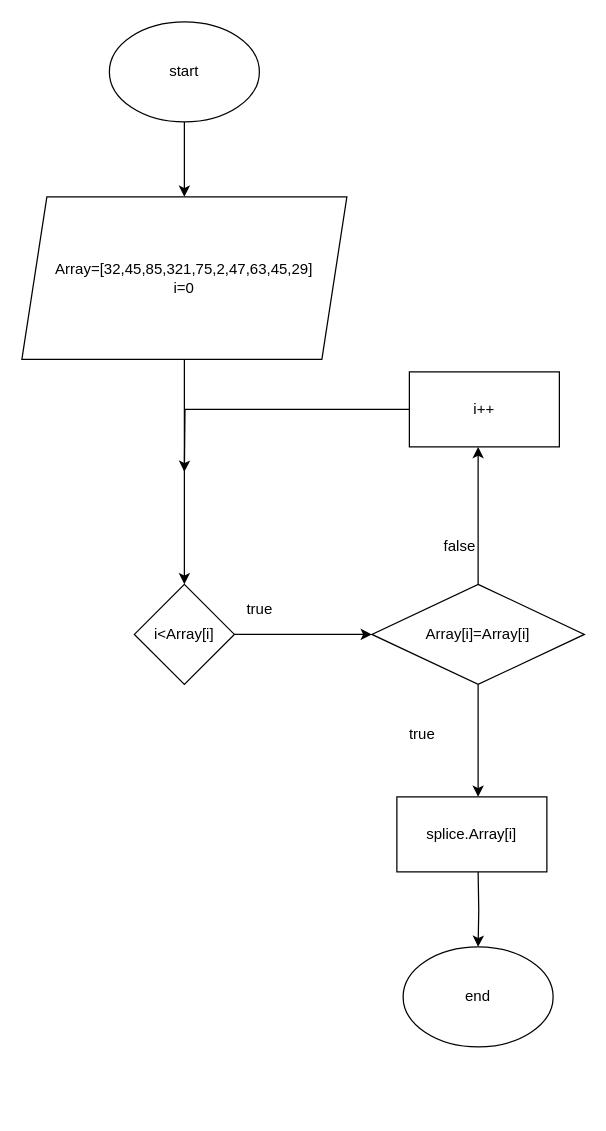
Before: findtheduplicateelement.drawio in Rufatsb/first, a draw.io diagram. Source tidied: cells renumbered, new cells numbered last; positions are measured from the earlier drawing's top-left corner, leaving out a move shared by most shapes. Both pictures are drawn from the tidied source at 125%, with x=0, y=0 at pixel (21, 21).
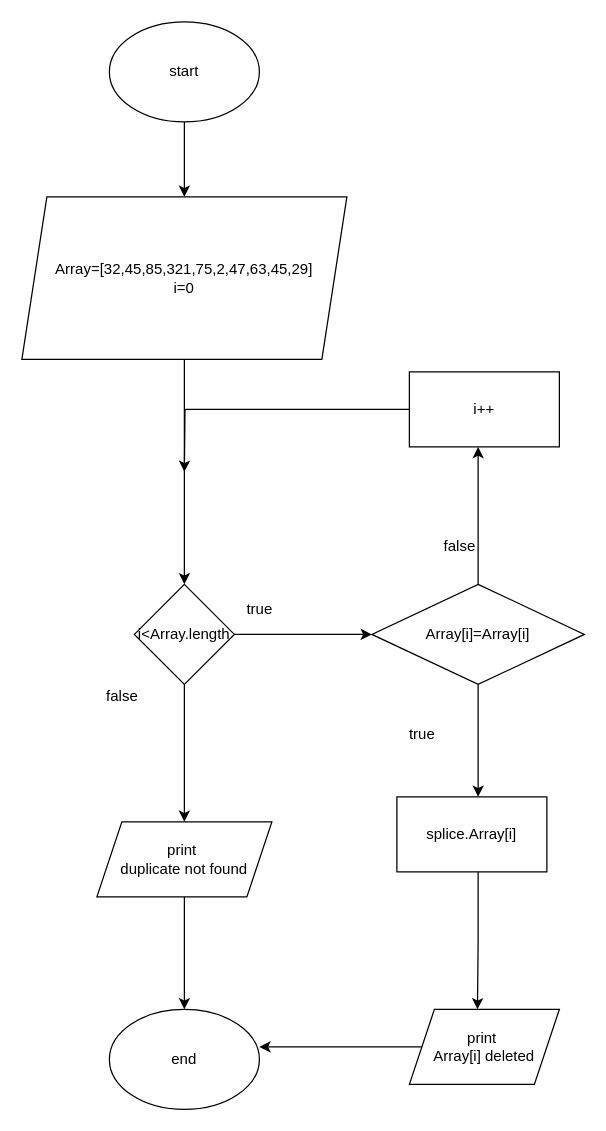
After the change.

Change to the diagram source:
```diff
@@
+    <mxCell id="19" style="edgeStyle=orthogonalEdgeStyle;rounded=0;jettySize=auto;html=1;" parent="1" edge="1" source="7" target="24">
+      <mxGeometry relative="1" as="geometry" />
+    </mxCell>
-    <mxCell id="7" value="i&amp;lt;Array[i]" style="rhombus;whiteSpace=wrap;html=1;" parent="1" vertex="1">
+    <mxCell id="7" value="i&amp;lt;Array.length" style="rhombus;whiteSpace=wrap;html=1;" parent="1" vertex="1">
       <mxGeometry x="90" y="450" width="80" height="80" as="geometry" />
     </mxCell>
@@
-    <mxCell id="14" style="edgeStyle=orthogonalEdgeStyle;rounded=0;jettySize=auto;html=1;" parent="1" edge="1" target="17">
+    <mxCell id="14" style="edgeStyle=orthogonalEdgeStyle;rounded=0;jettySize=auto;html=1;exitX=0.567;exitY=0.983;exitDx=0;exitDy=0;exitPerimeter=0;" parent="1" edge="1" source="18">
       <mxGeometry relative="1" as="geometry">
-        <mxPoint x="365" y="680" as="sourcePoint" />
+        <mxPoint x="364.5" y="790" as="targetPoint" />
+        <Array as="points">
+          <mxPoint x="365" y="679" />
+          <mxPoint x="365" y="735" />
+        </Array>
       </mxGeometry>
     </mxCell>
@@
+    <mxCell id="18" value="splice.Array[i]" style="rounded=0;whiteSpace=wrap;html=1;" parent="1" vertex="1">
+      <mxGeometry x="300" y="620" width="120" height="60" as="geometry" />
+    </mxCell>
+    <mxCell id="20" value="false" style="text;html=1;align=center;verticalAlign=middle;strokeColor=none;" parent="1" vertex="1">
+      <mxGeometry x="60" y="530" width="40" height="20" as="geometry" />
+    </mxCell>
+    <mxCell id="21" style="edgeStyle=orthogonalEdgeStyle;rounded=0;jettySize=auto;html=1;" parent="1" edge="1" source="22">
+      <mxGeometry relative="1" as="geometry">
+        <mxPoint x="190" y="820" as="targetPoint" />
+      </mxGeometry>
+    </mxCell>
+    <mxCell id="22" value="print&amp;nbsp;&lt;br&gt;Array[i] deleted" style="shape=parallelogram;perimeter=parallelogramPerimeter;whiteSpace=wrap;html=1;fixedSize=1;" parent="1" vertex="1">
+      <mxGeometry x="310" y="790" width="120" height="60" as="geometry" />
+    </mxCell>
+    <mxCell id="23" style="edgeStyle=orthogonalEdgeStyle;rounded=0;jettySize=auto;html=1;" parent="1" edge="1" source="24" target="17">
+      <mxGeometry relative="1" as="geometry" />
+    </mxCell>
+    <mxCell id="24" value="print&amp;nbsp;&lt;br&gt;duplicate not found" style="shape=parallelogram;perimeter=parallelogramPerimeter;whiteSpace=wrap;html=1;fixedSize=1;" parent="1" vertex="1">
+      <mxGeometry x="60" y="640" width="140" height="60" as="geometry" />
+    </mxCell>
     <mxCell id="17" value="end" style="ellipse;whiteSpace=wrap;html=1;" parent="1" vertex="1">
-      <mxGeometry x="305" y="740" width="120" height="80" as="geometry" />
+      <mxGeometry x="70" y="790" width="120" height="80" as="geometry" />
     </mxCell>
-    <mxCell id="18" value="splice.Array[i]" style="rounded=0;whiteSpace=wrap;html=1;" parent="1" vertex="1">
-      <mxGeometry x="300" y="620" width="120" height="60" as="geometry" />
-    </mxCell>
```
